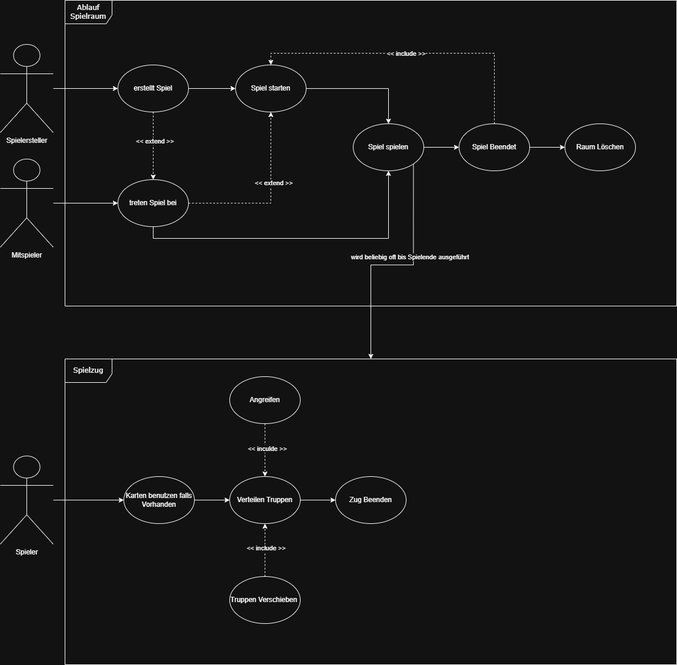
Above: SoftwareEngineeringStuff/UseCaseDiagramm/UseCaseDiagramm.drawio.png in Matthiasbit/caesars-gambit (draw.io), before the change. Source tidied: cells renumbered, new cells last; positions are measured from the earlier drawing's top-left corner, leaving out a move shared by most shapes. Its diagram source:
```xml
<mxGraphModel>
  <root>
    <mxCell id="0" />
    <mxCell id="1" parent="0" />
    <mxCell id="2" value="Ablauf Spielraum" style="shape=umlFrame;whiteSpace=wrap;html=1;rounded=1;shadow=0;comic=0;labelBackgroundColor=none;strokeWidth=1;fontFamily=Verdana;fontSize=12;align=center;width=80;height=40;" parent="1" vertex="1">
      <mxGeometry x="110" width="1040" height="520" as="geometry" />
    </mxCell>
    <mxCell id="3" style="edgeStyle=orthogonalEdgeStyle;rounded=0;jettySize=auto;html=1;" parent="1" edge="1" source="4" target="10">
      <mxGeometry relative="1" as="geometry" />
    </mxCell>
    <mxCell id="4" value="Spielersteller" style="shape=umlActor;verticalLabelPosition=bottom;verticalAlign=top;html=1;" parent="1" vertex="1">
      <mxGeometry y="75" width="90" height="150" as="geometry" />
    </mxCell>
    <mxCell id="5" style="edgeStyle=orthogonalEdgeStyle;rounded=0;jettySize=auto;html=1;" parent="1" edge="1" source="6" target="14">
      <mxGeometry relative="1" as="geometry" />
    </mxCell>
    <mxCell id="6" value="Mitspieler" style="shape=umlActor;verticalLabelPosition=bottom;verticalAlign=top;html=1;" parent="1" vertex="1">
      <mxGeometry y="270" width="90" height="150" as="geometry" />
    </mxCell>
    <mxCell id="7" style="edgeStyle=orthogonalEdgeStyle;rounded=0;jettySize=auto;html=1;entryX=0.5;entryY=0;entryDx=0;entryDy=0;dashed=1;" parent="1" edge="1" source="10" target="14">
      <mxGeometry relative="1" as="geometry" />
    </mxCell>
    <mxCell id="8" value="&amp;lt;&amp;lt; extend &amp;gt;&amp;gt;" style="edgeLabel;html=1;align=center;verticalAlign=middle;" parent="7" vertex="1">
      <mxGeometry x="-0.13" y="2" relative="1" as="geometry" />
    </mxCell>
    <mxCell id="9" style="edgeStyle=orthogonalEdgeStyle;rounded=0;jettySize=auto;html=1;exitX=1;exitY=0.5;exitDx=0;exitDy=0;entryX=0;entryY=0.5;entryDx=0;entryDy=0;" parent="1" edge="1" source="10" target="16">
      <mxGeometry relative="1" as="geometry" />
    </mxCell>
    <mxCell id="10" value="erstellt Spiel" style="ellipse;whiteSpace=wrap;html=1;" parent="1" vertex="1">
      <mxGeometry x="200" y="110" width="120" height="80" as="geometry" />
    </mxCell>
    <mxCell id="11" style="edgeStyle=orthogonalEdgeStyle;rounded=0;jettySize=auto;html=1;exitX=1;exitY=0.5;exitDx=0;exitDy=0;entryX=0.5;entryY=1;entryDx=0;entryDy=0;dashed=1;" parent="1" edge="1" source="14" target="16">
      <mxGeometry relative="1" as="geometry" />
    </mxCell>
    <mxCell id="12" value="&amp;lt;&amp;lt; extend &amp;gt;&amp;gt;" style="edgeLabel;html=1;align=center;verticalAlign=middle;" parent="11" vertex="1">
      <mxGeometry x="0.19" y="-4" relative="1" as="geometry" />
    </mxCell>
    <mxCell id="13" style="edgeStyle=orthogonalEdgeStyle;rounded=0;jettySize=auto;html=1;exitX=0.5;exitY=1;exitDx=0;exitDy=0;entryX=0.5;entryY=1;entryDx=0;entryDy=0;" parent="1" edge="1" source="14" target="20">
      <mxGeometry relative="1" as="geometry" />
    </mxCell>
    <mxCell id="14" value="treten Spiel bei" style="ellipse;whiteSpace=wrap;html=1;" parent="1" vertex="1">
      <mxGeometry x="200" y="305" width="120" height="80" as="geometry" />
    </mxCell>
    <mxCell id="15" style="edgeStyle=orthogonalEdgeStyle;rounded=0;jettySize=auto;html=1;entryX=0.5;entryY=0;entryDx=0;entryDy=0;" parent="1" edge="1" source="16" target="20">
      <mxGeometry relative="1" as="geometry" />
    </mxCell>
    <mxCell id="16" value="Spiel starten" style="ellipse;whiteSpace=wrap;html=1;" parent="1" vertex="1">
      <mxGeometry x="400" y="110" width="120" height="80" as="geometry" />
    </mxCell>
    <mxCell id="17" style="edgeStyle=orthogonalEdgeStyle;rounded=0;jettySize=auto;html=1;exitX=1;exitY=0.5;exitDx=0;exitDy=0;entryX=0;entryY=0.5;entryDx=0;entryDy=0;" parent="1" edge="1" source="20" target="24">
      <mxGeometry relative="1" as="geometry" />
    </mxCell>
    <mxCell id="18" style="edgeStyle=orthogonalEdgeStyle;rounded=0;jettySize=auto;html=1;exitX=1;exitY=1;exitDx=0;exitDy=0;" parent="1" edge="1" source="20" target="26">
      <mxGeometry relative="1" as="geometry" />
    </mxCell>
    <mxCell id="19" value="wird beliebig oft bis Spielende ausgeführt&amp;nbsp;" style="edgeLabel;html=1;align=center;verticalAlign=middle;" parent="18" vertex="1">
      <mxGeometry x="-0.22" y="-5" relative="1" as="geometry" />
    </mxCell>
    <mxCell id="20" value="Spiel spielen" style="ellipse;whiteSpace=wrap;html=1;" parent="1" vertex="1">
      <mxGeometry x="600" y="210" width="120" height="80" as="geometry" />
    </mxCell>
    <mxCell id="21" style="edgeStyle=orthogonalEdgeStyle;rounded=0;jettySize=auto;html=1;exitX=0.5;exitY=0;exitDx=0;exitDy=0;entryX=0.5;entryY=0;entryDx=0;entryDy=0;dashed=1;" parent="1" edge="1" source="24" target="16">
      <mxGeometry relative="1" as="geometry" />
    </mxCell>
    <mxCell id="22" value="&amp;lt;&amp;lt; include &amp;gt;&amp;gt;" style="edgeLabel;html=1;align=center;verticalAlign=middle;" parent="21" vertex="1">
      <mxGeometry x="0.04" relative="1" as="geometry" />
    </mxCell>
    <mxCell id="23" style="edgeStyle=orthogonalEdgeStyle;rounded=0;jettySize=auto;html=1;exitX=1;exitY=0.5;exitDx=0;exitDy=0;entryX=0;entryY=0.5;entryDx=0;entryDy=0;" parent="1" edge="1" source="24" target="25">
      <mxGeometry relative="1" as="geometry" />
    </mxCell>
    <mxCell id="24" value="Spiel Beendet" style="ellipse;whiteSpace=wrap;html=1;" parent="1" vertex="1">
      <mxGeometry x="780" y="210" width="120" height="80" as="geometry" />
    </mxCell>
    <mxCell id="25" value="Raum Löschen" style="ellipse;whiteSpace=wrap;html=1;" parent="1" vertex="1">
      <mxGeometry x="960" y="210" width="120" height="80" as="geometry" />
    </mxCell>
    <mxCell id="26" value="Spielzug" style="shape=umlFrame;whiteSpace=wrap;html=1;rounded=1;shadow=0;comic=0;labelBackgroundColor=none;strokeWidth=1;fontFamily=Verdana;fontSize=12;align=center;width=80;height=40;" parent="1" vertex="1">
      <mxGeometry x="110" y="610" width="1040" height="520" as="geometry" />
    </mxCell>
    <mxCell id="27" style="edgeStyle=orthogonalEdgeStyle;rounded=0;jettySize=auto;html=1;entryX=0;entryY=0.5;entryDx=0;entryDy=0;" parent="1" edge="1" source="28" target="30">
      <mxGeometry relative="1" as="geometry" />
    </mxCell>
    <mxCell id="28" value="Spieler" style="shape=umlActor;verticalLabelPosition=bottom;verticalAlign=top;html=1;" parent="1" vertex="1">
      <mxGeometry y="775" width="90" height="150" as="geometry" />
    </mxCell>
    <mxCell id="29" style="edgeStyle=orthogonalEdgeStyle;rounded=0;jettySize=auto;html=1;exitX=1;exitY=0.5;exitDx=0;exitDy=0;" parent="1" edge="1" source="30" target="32">
      <mxGeometry relative="1" as="geometry" />
    </mxCell>
    <mxCell id="30" value="Karten benutzen falls Vorhanden" style="ellipse;whiteSpace=wrap;html=1;" parent="1" vertex="1">
      <mxGeometry x="210" y="810" width="120" height="80" as="geometry" />
    </mxCell>
    <mxCell id="31" style="edgeStyle=orthogonalEdgeStyle;rounded=0;jettySize=auto;html=1;exitX=1;exitY=0.5;exitDx=0;exitDy=0;entryX=0;entryY=0.5;entryDx=0;entryDy=0;" parent="1" edge="1" source="32" target="33">
      <mxGeometry relative="1" as="geometry" />
    </mxCell>
    <mxCell id="32" value="Verteilen Truppen" style="ellipse;whiteSpace=wrap;html=1;" parent="1" vertex="1">
      <mxGeometry x="390" y="810" width="120" height="80" as="geometry" />
    </mxCell>
    <mxCell id="33" value="Zug Beenden" style="ellipse;whiteSpace=wrap;html=1;" parent="1" vertex="1">
      <mxGeometry x="570" y="810" width="120" height="80" as="geometry" />
    </mxCell>
    <mxCell id="34" style="edgeStyle=orthogonalEdgeStyle;rounded=0;jettySize=auto;html=1;entryX=0.5;entryY=1;entryDx=0;entryDy=0;dashed=1;" parent="1" edge="1" source="36" target="32">
      <mxGeometry relative="1" as="geometry" />
    </mxCell>
    <mxCell id="35" value="&amp;lt;&amp;lt; include &amp;gt;&amp;gt;" style="edgeLabel;html=1;align=center;verticalAlign=middle;" parent="34" vertex="1">
      <mxGeometry x="0.09" y="-1" relative="1" as="geometry" />
    </mxCell>
    <mxCell id="36" value="Truppen Verschieben&amp;nbsp;" style="ellipse;whiteSpace=wrap;html=1;" parent="1" vertex="1">
      <mxGeometry x="390" y="980" width="120" height="80" as="geometry" />
    </mxCell>
    <mxCell id="37" style="edgeStyle=orthogonalEdgeStyle;rounded=0;jettySize=auto;html=1;exitX=0.5;exitY=1;exitDx=0;exitDy=0;dashed=1;" parent="1" edge="1" source="39">
      <mxGeometry relative="1" as="geometry">
        <mxPoint x="450" y="810" as="targetPoint" />
      </mxGeometry>
    </mxCell>
    <mxCell id="38" value="&amp;lt;&amp;lt; inculde &amp;gt;&amp;gt;" style="edgeLabel;html=1;align=center;verticalAlign=middle;" parent="37" vertex="1">
      <mxGeometry x="-0.06" y="3" relative="1" as="geometry" />
    </mxCell>
    <mxCell id="39" value="Angreifen" style="ellipse;whiteSpace=wrap;html=1;" parent="1" vertex="1">
      <mxGeometry x="390" y="640" width="120" height="80" as="geometry" />
    </mxCell>
  </root>
</mxGraphModel>
```
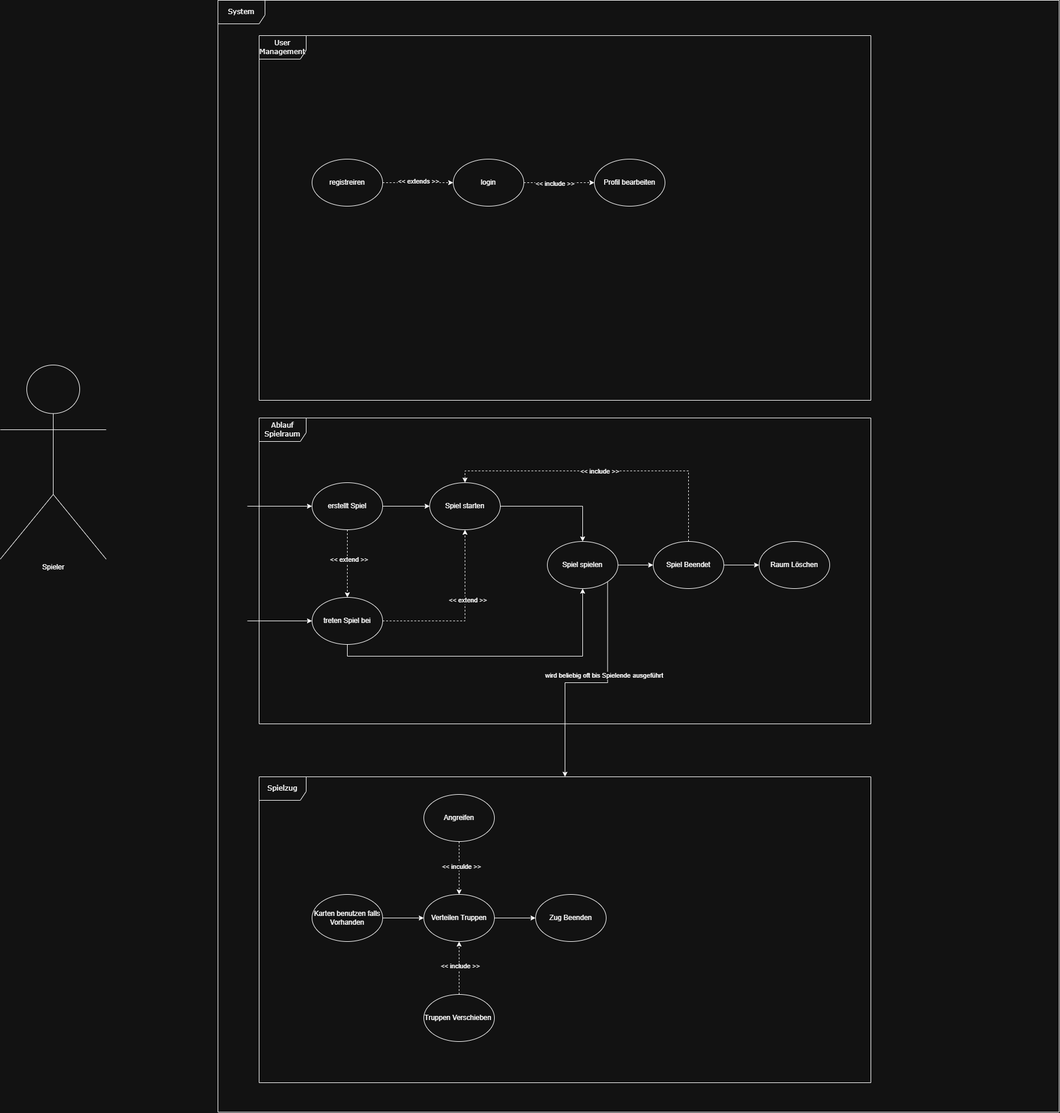
The same diagram one commit later.

What changed in the source:
```diff
@@ -2,21 +2,25 @@
   <root>
     <mxCell id="0" />
     <mxCell id="1" parent="0" />
+    <mxCell id="40" value="System" style="shape=umlFrame;whiteSpace=wrap;html=1;rounded=1;shadow=0;comic=0;labelBackgroundColor=none;strokeWidth=1;fontFamily=Verdana;fontSize=12;align=center;width=80;height=40;" parent="1" vertex="1">
+      <mxGeometry x="40" y="-710" width="1430" height="1890" as="geometry" />
+    </mxCell>
+    <mxCell id="41" value="User Management" style="shape=umlFrame;whiteSpace=wrap;html=1;rounded=1;shadow=0;comic=0;labelBackgroundColor=none;strokeWidth=1;fontFamily=Verdana;fontSize=12;align=center;width=80;height=40;" parent="1" vertex="1">
+      <mxGeometry x="110" y="-650" width="1040" height="620" as="geometry" />
+    </mxCell>
     <mxCell id="2" value="Ablauf Spielraum" style="shape=umlFrame;whiteSpace=wrap;html=1;rounded=1;shadow=0;comic=0;labelBackgroundColor=none;strokeWidth=1;fontFamily=Verdana;fontSize=12;align=center;width=80;height=40;" parent="1" vertex="1">
       <mxGeometry x="110" width="1040" height="520" as="geometry" />
     </mxCell>
-    <mxCell id="3" style="edgeStyle=orthogonalEdgeStyle;rounded=0;jettySize=auto;html=1;" parent="1" edge="1" source="4" target="10">
-      <mxGeometry relative="1" as="geometry" />
+    <mxCell id="3" style="edgeStyle=orthogonalEdgeStyle;rounded=0;jettySize=auto;html=1;" parent="1" edge="1" target="10">
+      <mxGeometry relative="1" as="geometry">
+        <mxPoint x="90" y="150" as="sourcePoint" />
+      </mxGeometry>
     </mxCell>
-    <mxCell id="4" value="Spielersteller" style="shape=umlActor;verticalLabelPosition=bottom;verticalAlign=top;html=1;" parent="1" vertex="1">
-      <mxGeometry y="75" width="90" height="150" as="geometry" />
-    </mxCell>
-    <mxCell id="5" style="edgeStyle=orthogonalEdgeStyle;rounded=0;jettySize=auto;html=1;" parent="1" edge="1" source="6" target="14">
-      <mxGeometry relative="1" as="geometry" />
+    <mxCell id="5" style="edgeStyle=orthogonalEdgeStyle;rounded=0;jettySize=auto;html=1;" parent="1" edge="1" target="14">
+      <mxGeometry relative="1" as="geometry">
+        <mxPoint x="90" y="345" as="sourcePoint" />
+      </mxGeometry>
     </mxCell>
-    <mxCell id="6" value="Mitspieler" style="shape=umlActor;verticalLabelPosition=bottom;verticalAlign=top;html=1;" parent="1" vertex="1">
-      <mxGeometry y="270" width="90" height="150" as="geometry" />
-    </mxCell>
     <mxCell id="7" style="edgeStyle=orthogonalEdgeStyle;rounded=0;jettySize=auto;html=1;entryX=0.5;entryY=0;entryDx=0;entryDy=0;dashed=1;" parent="1" edge="1" source="10" target="14">
       <mxGeometry relative="1" as="geometry" />
     </mxCell>
@@ -77,17 +81,14 @@
     <mxCell id="26" value="Spielzug" style="shape=umlFrame;whiteSpace=wrap;html=1;rounded=1;shadow=0;comic=0;labelBackgroundColor=none;strokeWidth=1;fontFamily=Verdana;fontSize=12;align=center;width=80;height=40;" parent="1" vertex="1">
       <mxGeometry x="110" y="610" width="1040" height="520" as="geometry" />
     </mxCell>
-    <mxCell id="27" style="edgeStyle=orthogonalEdgeStyle;rounded=0;jettySize=auto;html=1;entryX=0;entryY=0.5;entryDx=0;entryDy=0;" parent="1" edge="1" source="28" target="30">
-      <mxGeometry relative="1" as="geometry" />
-    </mxCell>
     <mxCell id="28" value="Spieler" style="shape=umlActor;verticalLabelPosition=bottom;verticalAlign=top;html=1;" parent="1" vertex="1">
-      <mxGeometry y="775" width="90" height="150" as="geometry" />
+      <mxGeometry x="-330" y="-90" width="180" height="330" as="geometry" />
     </mxCell>
     <mxCell id="29" style="edgeStyle=orthogonalEdgeStyle;rounded=0;jettySize=auto;html=1;exitX=1;exitY=0.5;exitDx=0;exitDy=0;" parent="1" edge="1" source="30" target="32">
       <mxGeometry relative="1" as="geometry" />
     </mxCell>
     <mxCell id="30" value="Karten benutzen falls Vorhanden" style="ellipse;whiteSpace=wrap;html=1;" parent="1" vertex="1">
-      <mxGeometry x="210" y="810" width="120" height="80" as="geometry" />
+      <mxGeometry x="200" y="810" width="120" height="80" as="geometry" />
     </mxCell>
     <mxCell id="31" style="edgeStyle=orthogonalEdgeStyle;rounded=0;jettySize=auto;html=1;exitX=1;exitY=0.5;exitDx=0;exitDy=0;entryX=0;entryY=0.5;entryDx=0;entryDy=0;" parent="1" edge="1" source="32" target="33">
       <mxGeometry relative="1" as="geometry" />
@@ -96,7 +97,7 @@
       <mxGeometry x="390" y="810" width="120" height="80" as="geometry" />
     </mxCell>
     <mxCell id="33" value="Zug Beenden" style="ellipse;whiteSpace=wrap;html=1;" parent="1" vertex="1">
-      <mxGeometry x="570" y="810" width="120" height="80" as="geometry" />
+      <mxGeometry x="580" y="810" width="120" height="80" as="geometry" />
     </mxCell>
     <mxCell id="34" style="edgeStyle=orthogonalEdgeStyle;rounded=0;jettySize=auto;html=1;entryX=0.5;entryY=1;entryDx=0;entryDy=0;dashed=1;" parent="1" edge="1" source="36" target="32">
       <mxGeometry relative="1" as="geometry" />
@@ -118,5 +119,26 @@
     <mxCell id="39" value="Angreifen" style="ellipse;whiteSpace=wrap;html=1;" parent="1" vertex="1">
       <mxGeometry x="390" y="640" width="120" height="80" as="geometry" />
     </mxCell>
+    <mxCell id="42" style="edgeStyle=orthogonalEdgeStyle;rounded=0;jettySize=auto;html=1;exitX=1;exitY=0.5;exitDx=0;exitDy=0;entryX=0;entryY=0.5;entryDx=0;entryDy=0;dashed=1;" parent="1" edge="1" source="44" target="47">
+      <mxGeometry relative="1" as="geometry" />
+    </mxCell>
+    <mxCell id="43" value="&amp;lt;&amp;lt; extends &amp;gt;&amp;gt;" style="edgeLabel;html=1;align=center;verticalAlign=middle;" parent="42" vertex="1">
+      <mxGeometry x="0.01" y="3" relative="1" as="geometry" />
+    </mxCell>
+    <mxCell id="44" value="registreiren" style="ellipse;whiteSpace=wrap;html=1;" parent="1" vertex="1">
+      <mxGeometry x="200" y="-440" width="120" height="80" as="geometry" />
+    </mxCell>
+    <mxCell id="45" style="edgeStyle=orthogonalEdgeStyle;rounded=0;jettySize=auto;html=1;exitX=1;exitY=0.5;exitDx=0;exitDy=0;entryX=0;entryY=0.5;entryDx=0;entryDy=0;dashed=1;align=right;" parent="1" edge="1" source="47" target="48">
+      <mxGeometry relative="1" as="geometry" />
+    </mxCell>
+    <mxCell id="46" value="&amp;lt;&amp;lt; include &amp;gt;&amp;gt;" style="edgeLabel;html=1;align=center;verticalAlign=middle;" parent="45" vertex="1">
+      <mxGeometry x="-0.13" y="-1" relative="1" as="geometry" />
+    </mxCell>
+    <mxCell id="47" value="login" style="ellipse;whiteSpace=wrap;html=1;" parent="1" vertex="1">
+      <mxGeometry x="440" y="-440" width="120" height="80" as="geometry" />
+    </mxCell>
+    <mxCell id="48" value="Profil bearbeiten" style="ellipse;whiteSpace=wrap;html=1;" parent="1" vertex="1">
+      <mxGeometry x="680" y="-440" width="120" height="80" as="geometry" />
+    </mxCell>
   </root>
 </mxGraphModel>
```
